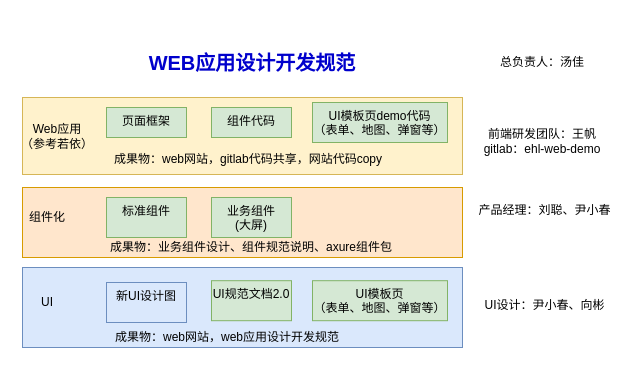
bj-ehualu/drawio keeps this draw.io diagram as 应用产品线框架图.drawio. Above is the earlier version. Source tidied: cells renumbered, new cells numbered last; positions are measured from the earlier drawing's top-left corner, leaving out a move shared by most shapes. Both pictures are drawn from the tidied source at 100%, with x=0, y=0 at pixel (17, 47).
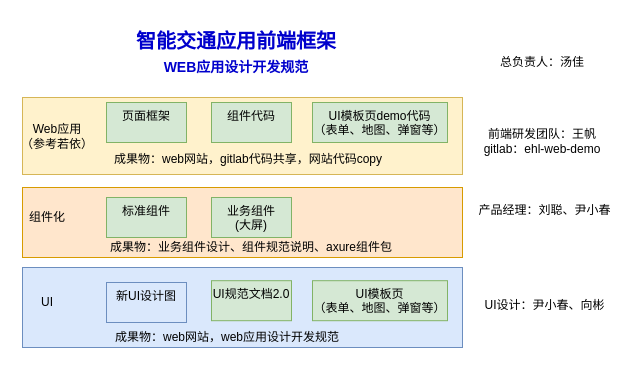
After the change.

Commit message:
更新应用产品线框架图.drawio

The edit, as a diff of the source:
```diff
@@
-    <mxCell id="13" value="WEB应用设计开发规范" style="text;html=1;align=center;verticalAlign=middle;whiteSpace=wrap;rounded=0;fontSize=20;fontStyle=1;fontColor=#0000CC;" parent="1" vertex="1">
-      <mxGeometry x="15" width="440" height="30" as="geometry" />
+    <mxCell id="13" value="智能交通应用前端框架&lt;div&gt;&lt;font style=&quot;font-size: 14px;&quot;&gt;WEB应用设计开发规范&lt;/font&gt;&lt;/div&gt;" style="text;html=1;align=center;verticalAlign=middle;whiteSpace=wrap;rounded=0;fontSize=20;fontStyle=1;fontColor=#0000CC;" parent="1" vertex="1">
+      <mxGeometry x="89" y="-30" width="260" height="70" as="geometry" />
     </mxCell>
     <mxCell id="14" value="&lt;div style=&quot;&quot;&gt;页面框架&lt;/div&gt;" style="text;whiteSpace=wrap;html=1;fillColor=#d5e8d4;strokeColor=#82b366;labelBackgroundColor=none;align=center;" parent="1" vertex="1">
-      <mxGeometry x="89" y="60" width="80" height="30" as="geometry" />
+      <mxGeometry x="89" y="55" width="80" height="40" as="geometry" />
     </mxCell>
     <mxCell id="15" value="组件代码" style="text;whiteSpace=wrap;html=1;fillColor=#d5e8d4;strokeColor=#82b366;labelBackgroundColor=none;align=center;" parent="1" vertex="1">
-      <mxGeometry x="194" y="60" width="80" height="30" as="geometry" />
+      <mxGeometry x="194" y="55" width="80" height="40" as="geometry" />
     </mxCell>
```
